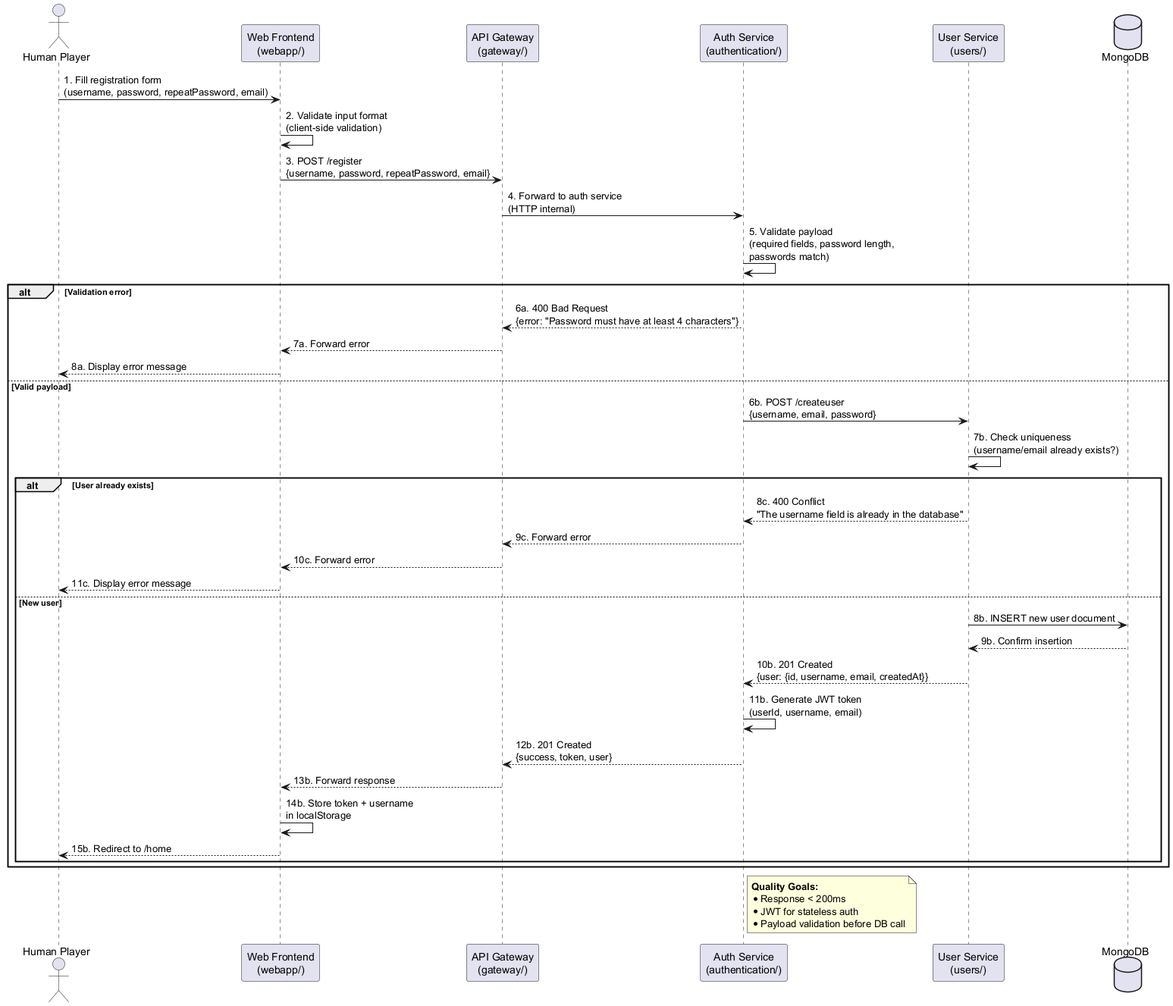
Before: images/User Registration Sequence.png, a diagram exported from PlantUML (Arquisoft/yovi_en2c).
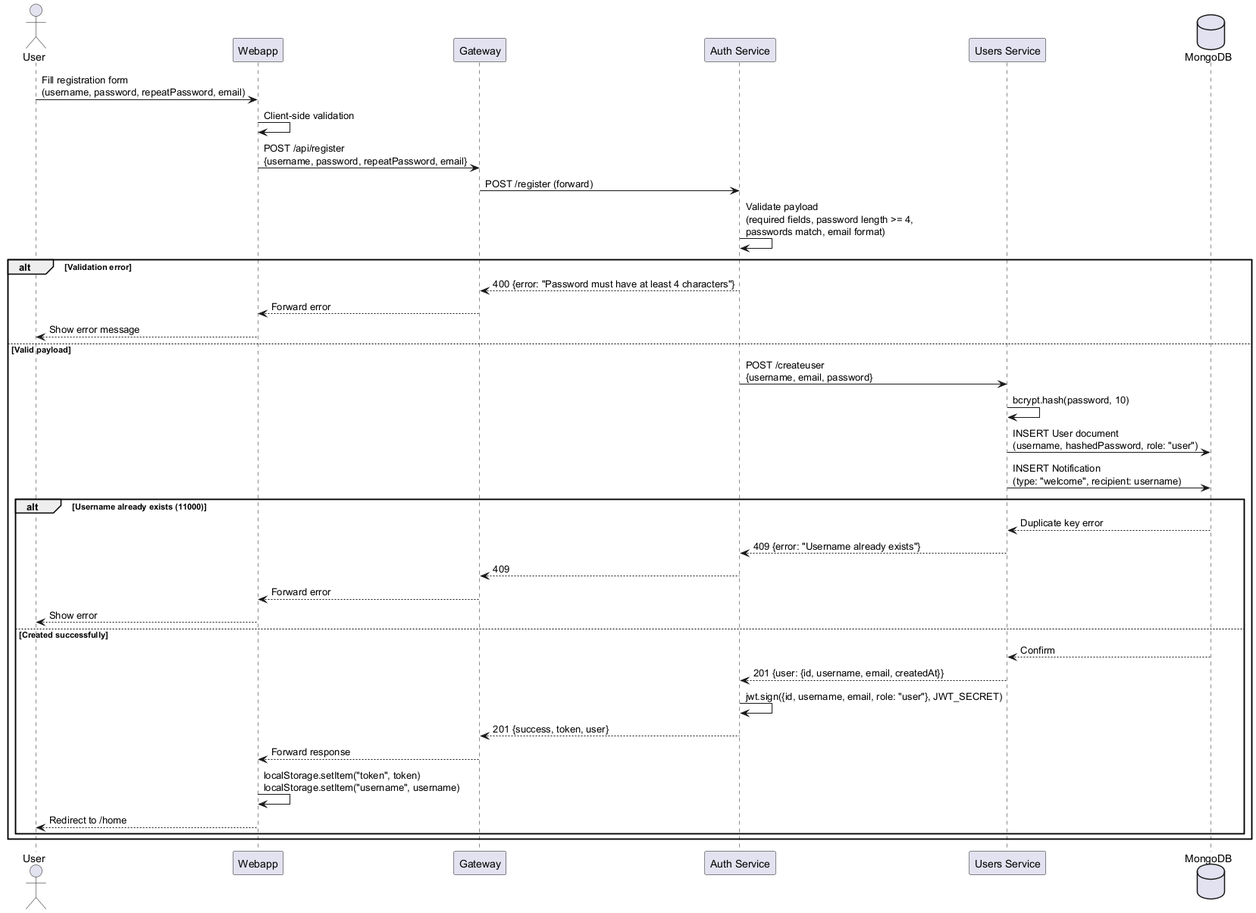
Above is the later version.

The edit, as a diff of the source:
```diff
@@ -1,49 +1,42 @@
 @startuml
-actor "Human Player" as User
-participant "Web Frontend\n(webapp/)" as Webapp
-participant "API Gateway\n(gateway/)" as Gateway
-participant "Auth Service\n(authentication/)" as Auth
-participant "User Service\n(users/)" as Users
+actor "User" as User
+participant "Webapp" as WA
+participant "Gateway" as GW
+participant "Auth Service" as Auth
+participant "Users Service" as Users
 database "MongoDB" as DB
 
-User -> Webapp: 1. Fill registration form\n(username, password, repeatPassword, email)
-Webapp -> Webapp: 2. Validate input format\n(client-side validation)
+User -> WA: Fill registration form\n(username, password, repeatPassword, email)
+WA -> WA: Client-side validation
+WA -> GW: POST /api/register\n{username, password, repeatPassword, email}
+GW -> Auth: POST /register (forward)
 
-Webapp -> Gateway: 3. POST /register\n{username, password, repeatPassword, email}
-Gateway -> Auth: 4. Forward to auth service\n(HTTP internal)
-
-Auth -> Auth: 5. Validate payload\n(required fields, password length,\npasswords match)
+Auth -> Auth: Validate payload\n(required fields, password length >= 4,\npasswords match, email format)
 
 alt Validation error
-    Auth --> Gateway: 6a. 400 Bad Request\n{error: "Password must have at least 4 characters"}
-    Gateway --> Webapp: 7a. Forward error
-    Webapp --> User: 8a. Display error message
+    Auth --> GW: 400 {error: "Password must have at least 4 characters"}
+    GW --> WA: Forward error
+    WA --> User: Show error message
 else Valid payload
-    Auth -> Users: 6b. POST /createuser\n{username, email, password}
-    Users -> Users: 7b. Check uniqueness\n(username/email already exists?)
+    Auth -> Users: POST /createuser\n{username, email, password}
+    Users -> Users: bcrypt.hash(password, 10)
+    Users -> DB: INSERT User document\n(username, hashedPassword, role: "user")
+    Users -> DB: INSERT Notification\n(type: "welcome", recipient: username)
 
-    alt User already exists
-        Users --> Auth: 8c. 400 Conflict\n"The username field is already in the database"
-        Auth --> Gateway: 9c. Forward error
-        Gateway --> Webapp: 10c. Forward error
-        Webapp --> User: 11c. Display error message
-    else New user
-        Users -> DB: 8b. INSERT new user document
-        DB --> Users: 9b. Confirm insertion
-        Users --> Auth: 10b. 201 Created\n{user: {id, username, email, createdAt}}
-
-        Auth -> Auth: 11b. Generate JWT token\n(userId, username, email)
-        Auth --> Gateway: 12b. 201 Created\n{success, token, user}
-        Gateway --> Webapp: 13b. Forward response
-        Webapp -> Webapp: 14b. Store token + username\nin localStorage
-        Webapp --> User: 15b. Redirect to /home
+    alt Username already exists (11000)
+        DB --> Users: Duplicate key error
+        Users --> Auth: 409 {error: "Username already exists"}
+        Auth --> GW: 409
+        GW --> WA: Forward error
+        WA --> User: Show error
+    else Created successfully
+        DB --> Users: Confirm
+        Users --> Auth: 201 {user: {id, username, email, createdAt}}
+        Auth -> Auth: jwt.sign({id, username, email, role: "user"}, JWT_SECRET)
+        Auth --> GW: 201 {success, token, user}
+        GW --> WA: Forward response
+        WA -> WA: localStorage.setItem("token", token)\nlocalStorage.setItem("username", username)
+        WA --> User: Redirect to /home
     end
 end
-
-note right of Auth
-  **Quality Goals:**
-  * Response < 200ms
-  * JWT for stateless auth
-  * Payload validation before DB call
-end note
 @enduml
```
